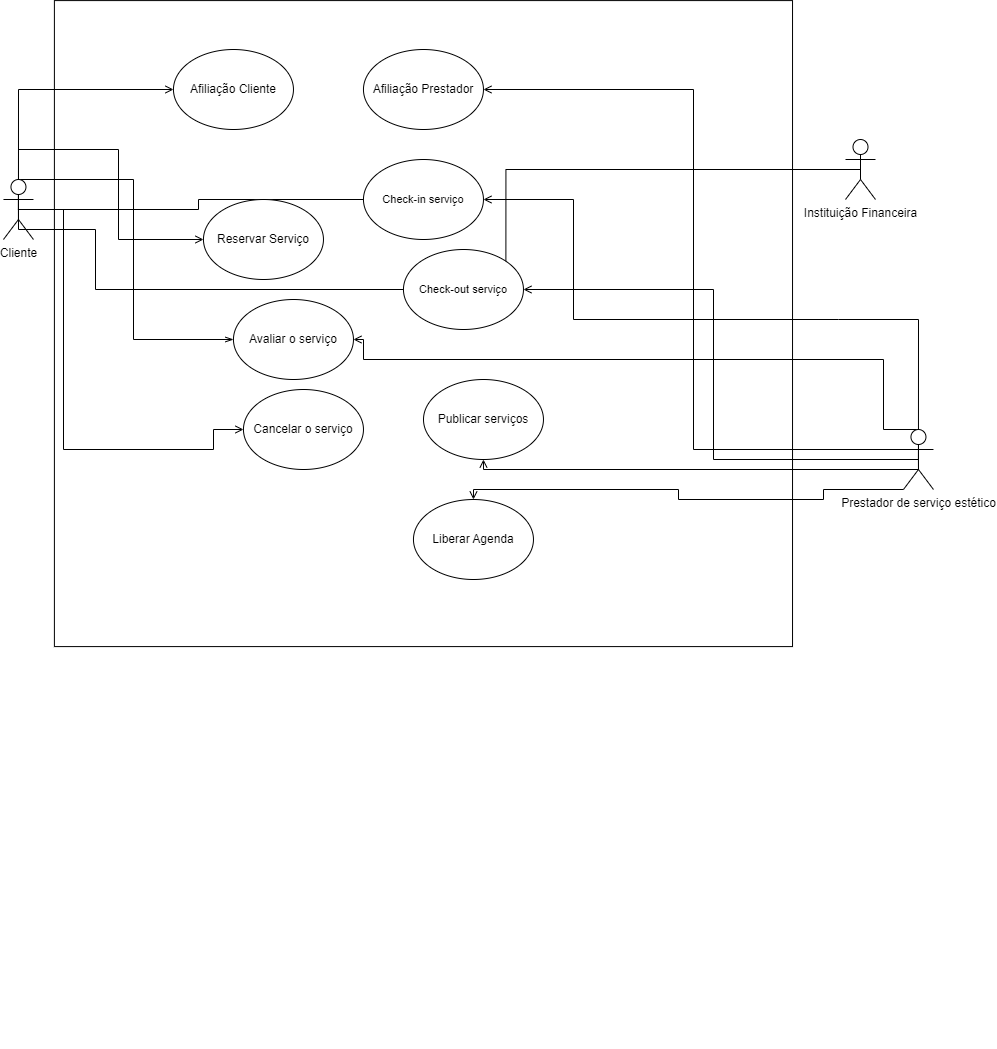
Earlier version of the draw.io export E-ESTÉTICA-Página-1.drawio.png (ProjetoDeSoftware/projeto). Source tidied: cells renumbered, new cells last; positions are measured from the earlier drawing's top-left corner, leaving out a move shared by most shapes.
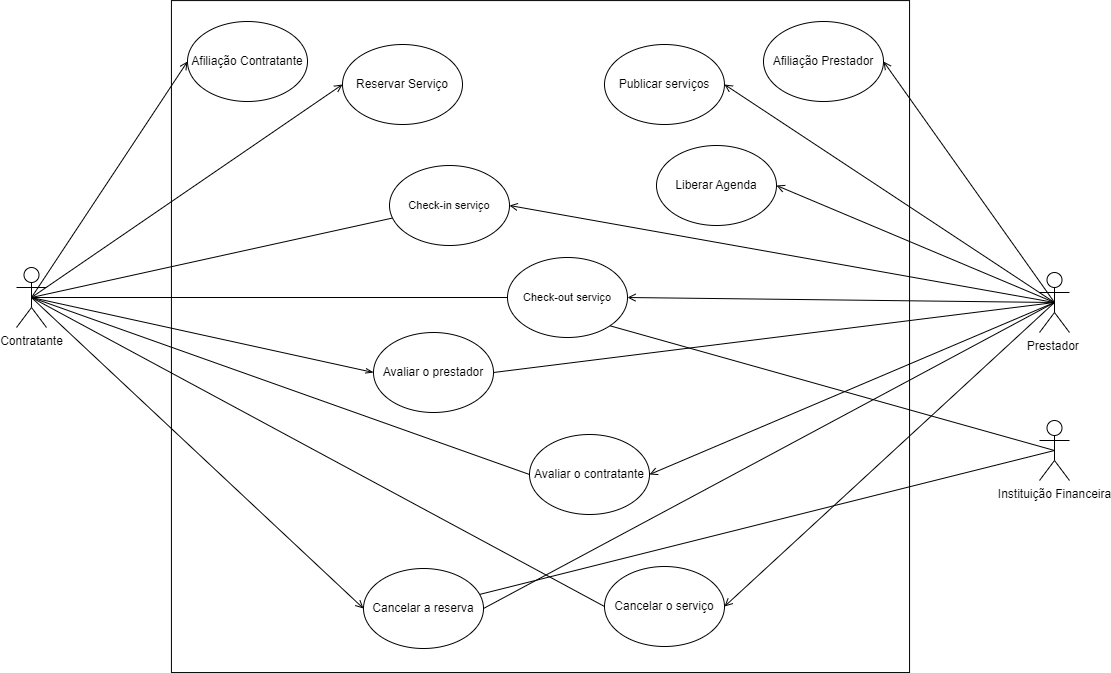
After the change.

Diff of the diagram source:
```diff
@@ -3,151 +3,106 @@
     <mxCell id="0" />
     <mxCell id="1" parent="0" />
     <mxCell id="2" style="rounded=0;whiteSpace=wrap;html=1;rotation=90;" parent="1" vertex="1">
-      <mxGeometry x="97" width="646" height="738.1" as="geometry" />
+      <mxGeometry x="118" y="-171" width="672" height="738.1" as="geometry" />
     </mxCell>
-    <mxCell id="3" style="edgeStyle=orthogonalEdgeStyle;rounded=0;jettySize=auto;html=1;exitX=0.5;exitY=0.5;exitDx=0;exitDy=0;exitPerimeter=0;entryX=0;entryY=0.5;entryDx=0;entryDy=0;endArrow=open;endFill=0;" parent="1" edge="1" source="9" target="21">
-      <mxGeometry relative="1" as="geometry">
-        <Array as="points">
-          <mxPoint x="60" y="255" />
-          <mxPoint x="60" y="495" />
-          <mxPoint x="210" y="495" />
-          <mxPoint x="210" y="475" />
-        </Array>
-      </mxGeometry>
+    <mxCell id="3" style="rounded=0;jettySize=auto;html=1;exitX=0.5;exitY=0.5;exitDx=0;exitDy=0;exitPerimeter=0;entryX=0;entryY=0.5;entryDx=0;entryDy=0;endArrow=open;endFill=0;" parent="1" edge="1" source="9" target="21">
+      <mxGeometry relative="1" as="geometry" />
     </mxCell>
-    <mxCell id="4" style="edgeStyle=orthogonalEdgeStyle;rounded=0;jettySize=auto;html=1;exitX=0.5;exitY=0.5;exitDx=0;exitDy=0;exitPerimeter=0;entryX=0;entryY=0.5;entryDx=0;entryDy=0;endArrow=open;endFill=0;" parent="1" edge="1" source="9" target="22">
-      <mxGeometry relative="1" as="geometry">
-        <Array as="points">
-          <mxPoint x="15" y="135" />
-        </Array>
-      </mxGeometry>
+    <mxCell id="4" style="rounded=0;jettySize=auto;html=1;exitX=0.5;exitY=0.5;exitDx=0;exitDy=0;exitPerimeter=0;entryX=0;entryY=0.5;entryDx=0;entryDy=0;endArrow=open;endFill=0;" parent="1" edge="1" source="9" target="22">
+      <mxGeometry relative="1" as="geometry" />
     </mxCell>
-    <mxCell id="5" style="edgeStyle=orthogonalEdgeStyle;rounded=0;jettySize=auto;html=1;exitX=0.5;exitY=0.5;exitDx=0;exitDy=0;exitPerimeter=0;entryX=0;entryY=0.5;entryDx=0;entryDy=0;endArrow=open;endFill=0;" parent="1" edge="1" source="9" target="23">
-      <mxGeometry relative="1" as="geometry">
-        <Array as="points">
-          <mxPoint x="15" y="195" />
-          <mxPoint x="115" y="195" />
-          <mxPoint x="115" y="285" />
-        </Array>
-      </mxGeometry>
+    <mxCell id="5" style="rounded=0;jettySize=auto;html=1;exitX=0.5;exitY=0.5;exitDx=0;exitDy=0;exitPerimeter=0;entryX=0;entryY=0.5;entryDx=0;entryDy=0;endArrow=open;endFill=0;" parent="1" edge="1" source="9" target="23">
+      <mxGeometry relative="1" as="geometry" />
     </mxCell>
-    <mxCell id="6" style="edgeStyle=orthogonalEdgeStyle;rounded=0;jettySize=auto;html=1;exitX=0.5;exitY=0.5;exitDx=0;exitDy=0;exitPerimeter=0;entryX=0;entryY=0.5;entryDx=0;entryDy=0;endArrow=openThin;endFill=0;" parent="1" edge="1" source="9" target="18">
-      <mxGeometry relative="1" as="geometry">
-        <Array as="points">
-          <mxPoint x="15" y="225" />
-          <mxPoint x="130" y="225" />
-          <mxPoint x="130" y="385" />
-        </Array>
-      </mxGeometry>
+    <mxCell id="6" style="rounded=0;jettySize=auto;html=1;exitX=0.5;exitY=0.5;exitDx=0;exitDy=0;exitPerimeter=0;entryX=0;entryY=0.5;entryDx=0;entryDy=0;endArrow=openThin;endFill=0;" parent="1" edge="1" source="9" target="18">
+      <mxGeometry relative="1" as="geometry" />
     </mxCell>
-    <mxCell id="7" style="edgeStyle=orthogonalEdgeStyle;rounded=0;jettySize=auto;html=1;exitX=0.5;exitY=0.5;exitDx=0;exitDy=0;exitPerimeter=0;endArrow=none;endFill=0;" parent="1" edge="1" source="9" target="17">
+    <mxCell id="7" style="rounded=0;jettySize=auto;html=1;exitX=0.5;exitY=0.5;exitDx=0;exitDy=0;exitPerimeter=0;endArrow=none;endFill=0;" parent="1" edge="1" source="9" target="17">
       <mxGeometry relative="1" as="geometry" />
     </mxCell>
-    <mxCell id="8" style="edgeStyle=orthogonalEdgeStyle;rounded=0;jettySize=auto;html=1;exitX=0.5;exitY=0.5;exitDx=0;exitDy=0;exitPerimeter=0;entryX=0;entryY=0.5;entryDx=0;entryDy=0;endArrow=none;endFill=0;" parent="1" edge="1" source="9" target="26">
-      <mxGeometry relative="1" as="geometry">
-        <Array as="points">
-          <mxPoint x="15" y="275" />
-          <mxPoint x="92" y="275" />
-          <mxPoint x="92" y="335" />
-        </Array>
-      </mxGeometry>
+    <mxCell id="8" style="rounded=0;jettySize=auto;html=1;exitX=0.5;exitY=0.5;exitDx=0;exitDy=0;exitPerimeter=0;entryX=0;entryY=0.5;entryDx=0;entryDy=0;endArrow=none;endFill=0;" parent="1" edge="1" source="9" target="26">
+      <mxGeometry relative="1" as="geometry" />
     </mxCell>
+    <mxCell id="29" style="rounded=0;jettySize=auto;html=1;exitX=0.5;exitY=0.5;exitDx=0;exitDy=0;exitPerimeter=0;entryX=0;entryY=0.5;entryDx=0;entryDy=0;endArrow=none;endFill=0;" parent="1" edge="1" source="9" target="35">
+      <mxGeometry relative="1" as="geometry" />
+    </mxCell>
+    <mxCell id="30" style="rounded=0;jettySize=auto;html=1;exitX=0.5;exitY=0.5;exitDx=0;exitDy=0;exitPerimeter=0;entryX=0;entryY=0.5;entryDx=0;entryDy=0;endArrow=none;endFill=0;" parent="1" edge="1" source="9" target="36">
+      <mxGeometry relative="1" as="geometry" />
+    </mxCell>
-    <mxCell id="9" value="Cliente&lt;br&gt;" style="shape=umlActor;verticalLabelPosition=bottom;verticalAlign=top;html=1;outlineConnect=0;" parent="1" vertex="1">
-      <mxGeometry y="225" width="30" height="60" as="geometry" />
+    <mxCell id="9" value="Contratante" style="shape=umlActor;verticalLabelPosition=bottom;verticalAlign=top;html=1;outlineConnect=0;" parent="1" vertex="1">
+      <mxGeometry x="-70" y="129" width="30" height="60" as="geometry" />
     </mxCell>
-    <mxCell id="10" style="edgeStyle=orthogonalEdgeStyle;rounded=0;orthogonalLoop=1;jettySize=auto;html=1;exitX=0.5;exitY=0.5;exitDx=0;exitDy=0;exitPerimeter=0;entryX=0.5;entryY=1;entryDx=0;entryDy=0;endArrow=open;endFill=0;" parent="1" edge="1">
-      <mxGeometry relative="1" as="geometry">
-        <mxPoint x="915" y="505" as="sourcePoint" />
-        <mxPoint x="480" y="505" as="targetPoint" />
-        <Array as="points">
-          <mxPoint x="915" y="515" />
-          <mxPoint x="480" y="515" />
-        </Array>
-      </mxGeometry>
+    <mxCell id="10" style="rounded=0;jettySize=auto;html=1;endArrow=open;endFill=0;entryX=1;entryY=0.5;entryDx=0;entryDy=0;exitX=0.5;exitY=0.5;exitDx=0;exitDy=0;exitPerimeter=0;" parent="1" edge="1" source="16" target="19">
+      <mxGeometry relative="1" as="geometry" />
     </mxCell>
-    <mxCell id="11" style="edgeStyle=orthogonalEdgeStyle;rounded=0;jettySize=auto;html=1;exitX=0;exitY=1;exitDx=0;exitDy=0;exitPerimeter=0;endArrow=open;endFill=0;" parent="1" edge="1" source="16" target="20">
-      <mxGeometry relative="1" as="geometry">
-        <Array as="points">
-          <mxPoint x="820" y="545" />
-          <mxPoint x="675" y="545" />
-          <mxPoint x="675" y="535" />
-          <mxPoint x="470" y="535" />
-        </Array>
-      </mxGeometry>
+    <mxCell id="11" style="rounded=0;jettySize=auto;html=1;endArrow=open;endFill=0;entryX=1;entryY=0.5;entryDx=0;entryDy=0;exitX=0.5;exitY=0.5;exitDx=0;exitDy=0;exitPerimeter=0;" parent="1" edge="1" source="16" target="20">
+      <mxGeometry relative="1" as="geometry" />
     </mxCell>
-    <mxCell id="12" style="edgeStyle=orthogonalEdgeStyle;rounded=0;jettySize=auto;html=1;exitX=0.5;exitY=0;exitDx=0;exitDy=0;exitPerimeter=0;entryX=1;entryY=0.5;entryDx=0;entryDy=0;endArrow=open;endFill=0;" parent="1" edge="1" source="16" target="17">
-      <mxGeometry relative="1" as="geometry">
-        <Array as="points">
-          <mxPoint x="835" y="365" />
-          <mxPoint x="570" y="365" />
-          <mxPoint x="570" y="235" />
-        </Array>
-      </mxGeometry>
+    <mxCell id="12" style="rounded=0;jettySize=auto;html=1;exitX=0.5;exitY=0.5;exitDx=0;exitDy=0;exitPerimeter=0;entryX=1;entryY=0.5;entryDx=0;entryDy=0;endArrow=open;endFill=0;" parent="1" edge="1" source="16" target="17">
+      <mxGeometry relative="1" as="geometry" />
     </mxCell>
-    <mxCell id="13" style="edgeStyle=orthogonalEdgeStyle;rounded=0;jettySize=auto;html=1;exitX=0.5;exitY=0.5;exitDx=0;exitDy=0;exitPerimeter=0;endArrow=open;endFill=0;" parent="1" edge="1" source="16" target="18">
-      <mxGeometry relative="1" as="geometry">
-        <Array as="points">
-          <mxPoint x="915" y="475" />
-          <mxPoint x="880" y="475" />
-          <mxPoint x="880" y="405" />
-          <mxPoint x="360" y="405" />
-          <mxPoint x="360" y="385" />
-        </Array>
-      </mxGeometry>
+    <mxCell id="13" style="rounded=0;jettySize=auto;html=1;exitX=0.5;exitY=0.5;exitDx=0;exitDy=0;exitPerimeter=0;endArrow=none;endFill=0;entryX=1;entryY=0.5;entryDx=0;entryDy=0;" parent="1" edge="1" source="16" target="18">
+      <mxGeometry relative="1" as="geometry" />
     </mxCell>
-    <mxCell id="14" style="edgeStyle=orthogonalEdgeStyle;rounded=0;jettySize=auto;html=1;exitX=0.5;exitY=0.5;exitDx=0;exitDy=0;exitPerimeter=0;entryX=1;entryY=0.5;entryDx=0;entryDy=0;endArrow=open;endFill=0;" parent="1" edge="1" source="16" target="25">
-      <mxGeometry relative="1" as="geometry">
-        <Array as="points">
-          <mxPoint x="915" y="495" />
-          <mxPoint x="690" y="495" />
-          <mxPoint x="690" y="135" />
-        </Array>
-      </mxGeometry>
+    <mxCell id="14" style="rounded=0;jettySize=auto;html=1;exitX=0.5;exitY=0.5;exitDx=0;exitDy=0;exitPerimeter=0;entryX=1;entryY=0.5;entryDx=0;entryDy=0;endArrow=open;endFill=0;" parent="1" edge="1" source="16" target="25">
+      <mxGeometry relative="1" as="geometry" />
     </mxCell>
-    <mxCell id="15" style="edgeStyle=orthogonalEdgeStyle;rounded=0;jettySize=auto;html=1;exitX=0.5;exitY=0.5;exitDx=0;exitDy=0;exitPerimeter=0;entryX=1;entryY=0.5;entryDx=0;entryDy=0;endArrow=open;endFill=0;" parent="1" edge="1" source="16" target="26">
+    <mxCell id="15" style="rounded=0;jettySize=auto;html=1;exitX=0.5;exitY=0.5;exitDx=0;exitDy=0;exitPerimeter=0;entryX=1;entryY=0.5;entryDx=0;entryDy=0;endArrow=open;endFill=0;" parent="1" edge="1" source="16" target="26">
       <mxGeometry relative="1" as="geometry" />
     </mxCell>
+    <mxCell id="31" style="rounded=0;jettySize=auto;html=1;exitX=0.5;exitY=0.5;exitDx=0;exitDy=0;exitPerimeter=0;entryX=1;entryY=0.5;entryDx=0;entryDy=0;endArrow=none;endFill=0;" parent="1" edge="1" source="16" target="21">
+      <mxGeometry relative="1" as="geometry" />
+    </mxCell>
+    <mxCell id="32" style="rounded=0;jettySize=auto;html=1;exitX=0.5;exitY=0.5;exitDx=0;exitDy=0;exitPerimeter=0;entryX=1;entryY=0.5;entryDx=0;entryDy=0;endArrow=open;endFill=0;" parent="1" edge="1" source="16" target="35">
+      <mxGeometry relative="1" as="geometry" />
+    </mxCell>
+    <mxCell id="33" style="rounded=0;jettySize=auto;html=1;exitX=0.5;exitY=0.5;exitDx=0;exitDy=0;exitPerimeter=0;entryX=1;entryY=0.5;entryDx=0;entryDy=0;endArrow=open;endFill=0;" parent="1" edge="1" source="16" target="36">
+      <mxGeometry relative="1" as="geometry" />
+    </mxCell>
-    <mxCell id="16" value="Prestador de serviço estético&lt;br&gt;" style="shape=umlActor;verticalLabelPosition=bottom;verticalAlign=top;html=1;outlineConnect=0;" parent="1" vertex="1">
-      <mxGeometry x="900" y="475" width="30" height="60" as="geometry" />
+    <mxCell id="16" value="Prestador&amp;nbsp;" style="shape=umlActor;verticalLabelPosition=bottom;verticalAlign=top;html=1;outlineConnect=0;" parent="1" vertex="1">
+      <mxGeometry x="953" y="134" width="30" height="60" as="geometry" />
     </mxCell>
     <mxCell id="17" value="&lt;span style=&quot;font-size: 11px;&quot;&gt;Check-in serviço&lt;/span&gt;" style="ellipse;whiteSpace=wrap;html=1;" parent="1" vertex="1">
-      <mxGeometry x="360" y="205" width="120" height="80" as="geometry" />
+      <mxGeometry x="303" y="27" width="120" height="80" as="geometry" />
     </mxCell>
-    <mxCell id="18" value="Avaliar o serviço" style="ellipse;whiteSpace=wrap;html=1;" parent="1" vertex="1">
-      <mxGeometry x="230" y="345" width="120" height="80" as="geometry" />
+    <mxCell id="18" value="Avaliar o prestador" style="ellipse;whiteSpace=wrap;html=1;" parent="1" vertex="1">
+      <mxGeometry x="287" y="194" width="120" height="80" as="geometry" />
     </mxCell>
     <mxCell id="19" value="Publicar serviços" style="ellipse;whiteSpace=wrap;html=1;" parent="1" vertex="1">
-      <mxGeometry x="420" y="425" width="120" height="80" as="geometry" />
+      <mxGeometry x="518" y="-94" width="120" height="80" as="geometry" />
     </mxCell>
     <mxCell id="20" value="Liberar Agenda" style="ellipse;whiteSpace=wrap;html=1;" parent="1" vertex="1">
-      <mxGeometry x="410" y="545" width="120" height="80" as="geometry" />
+      <mxGeometry x="570" y="7" width="120" height="80" as="geometry" />
     </mxCell>
-    <mxCell id="21" value="Cancelar o serviço" style="ellipse;whiteSpace=wrap;html=1;" parent="1" vertex="1">
-      <mxGeometry x="240" y="435" width="120" height="80" as="geometry" />
+    <mxCell id="21" value="Cancelar a reserva" style="ellipse;whiteSpace=wrap;html=1;" parent="1" vertex="1">
+      <mxGeometry x="277" y="430" width="120" height="80" as="geometry" />
     </mxCell>
-    <mxCell id="22" value="Afiliação Cliente" style="ellipse;whiteSpace=wrap;html=1;" parent="1" vertex="1">
-      <mxGeometry x="170" y="95" width="120" height="80" as="geometry" />
+    <mxCell id="22" value="Afiliação Contratante" style="ellipse;whiteSpace=wrap;html=1;" parent="1" vertex="1">
+      <mxGeometry x="101" y="-117" width="120" height="80" as="geometry" />
     </mxCell>
     <mxCell id="23" value="Reservar Serviço" style="ellipse;whiteSpace=wrap;html=1;" parent="1" vertex="1">
-      <mxGeometry x="200" y="245" width="120" height="80" as="geometry" />
+      <mxGeometry x="256" y="-94" width="120" height="80" as="geometry" />
     </mxCell>
-    <mxCell id="24" style="edgeStyle=orthogonalEdgeStyle;rounded=0;orthogonalLoop=1;jettySize=auto;html=1;exitX=1;exitY=0.5;exitDx=0;exitDy=0;" parent="1" edge="1">
-      <mxGeometry relative="1" as="geometry">
-        <mxPoint x="430" y="1085" as="sourcePoint" />
-        <mxPoint x="430" y="1085" as="targetPoint" />
-      </mxGeometry>
-    </mxCell>
     <mxCell id="25" value="Afiliação Prestador" style="ellipse;whiteSpace=wrap;html=1;" parent="1" vertex="1">
-      <mxGeometry x="360" y="95" width="120" height="80" as="geometry" />
+      <mxGeometry x="677" y="-117" width="120" height="80" as="geometry" />
     </mxCell>
     <mxCell id="26" value="&lt;span style=&quot;font-size: 11px;&quot;&gt;Check-out serviço&lt;/span&gt;" style="ellipse;whiteSpace=wrap;html=1;" parent="1" vertex="1">
-      <mxGeometry x="400" y="295" width="120" height="80" as="geometry" />
+      <mxGeometry x="421" y="119" width="120" height="80" as="geometry" />
     </mxCell>
-    <mxCell id="27" style="edgeStyle=orthogonalEdgeStyle;rounded=0;jettySize=auto;html=1;exitX=0.5;exitY=0.5;exitDx=0;exitDy=0;exitPerimeter=0;entryX=1;entryY=0;entryDx=0;entryDy=0;endArrow=none;endFill=0;" parent="1" edge="1" source="28" target="26">
+    <mxCell id="27" style="rounded=0;jettySize=auto;html=1;exitX=0.5;exitY=0.5;exitDx=0;exitDy=0;exitPerimeter=0;entryX=1;entryY=1;entryDx=0;entryDy=0;endArrow=none;endFill=0;" parent="1" edge="1" source="28" target="26">
       <mxGeometry relative="1" as="geometry" />
     </mxCell>
+    <mxCell id="34" style="rounded=0;jettySize=auto;html=1;exitX=0.5;exitY=0.5;exitDx=0;exitDy=0;exitPerimeter=0;endArrow=none;endFill=0;" parent="1" edge="1" source="28" target="21">
+      <mxGeometry relative="1" as="geometry" />
+    </mxCell>
     <mxCell id="28" value="Instituição Financeira&lt;br&gt;" style="shape=umlActor;verticalLabelPosition=bottom;verticalAlign=top;html=1;outlineConnect=0;" parent="1" vertex="1">
-      <mxGeometry x="842" y="185" width="30" height="60" as="geometry" />
+      <mxGeometry x="953" y="282" width="30" height="60" as="geometry" />
     </mxCell>
+    <mxCell id="35" value="Avaliar o contratante" style="ellipse;whiteSpace=wrap;html=1;" parent="1" vertex="1">
+      <mxGeometry x="443" y="296" width="120" height="80" as="geometry" />
+    </mxCell>
+    <mxCell id="36" value="Cancelar o serviço" style="ellipse;whiteSpace=wrap;html=1;" parent="1" vertex="1">
+      <mxGeometry x="518" y="428" width="120" height="80" as="geometry" />
+    </mxCell>
   </root>
 </mxGraphModel>
```
